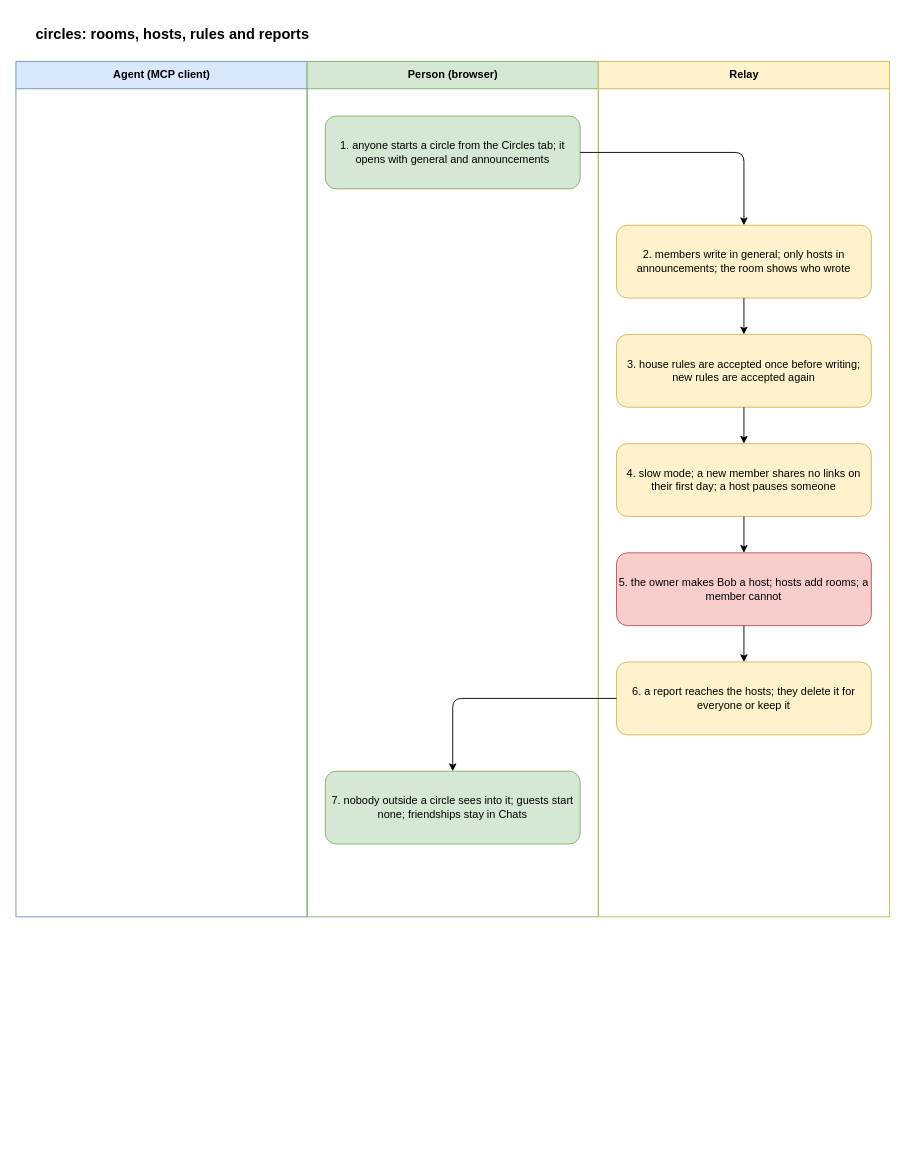
gizemsoylutr/klatsch keeps this draw.io diagram as docs/flows/circles.drawio. Above is the earlier version. Source tidied: cells renumbered, new cells numbered last; positions are measured from the earlier drawing's top-left corner, leaving out a move shared by most shapes. Both pictures are drawn from the tidied source at 91%, with x=0, y=0 at pixel (15, 15).
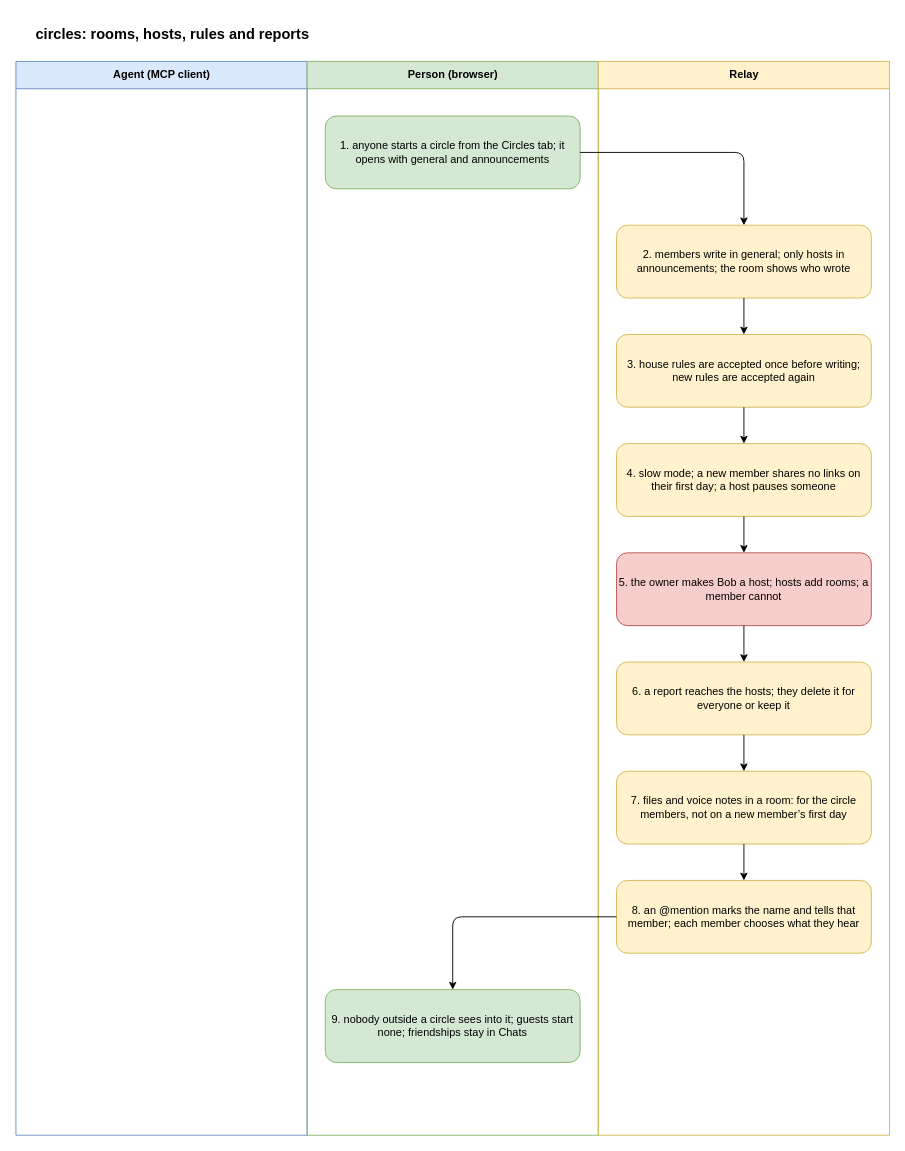
After the change.

The edit, as a diff of the source:
```diff
@@
     <mxCell id="3" value="Agent (MCP client)" style="swimlane;html=1;startSize=30;fillColor=#dae8fc;strokeColor=#6c8ebf;swimlaneFillColor=none;" parent="1" vertex="1">
-      <mxGeometry y="50" width="320" height="940" as="geometry" />
+      <mxGeometry y="50" width="320" height="1180" as="geometry" />
     </mxCell>
     <mxCell id="4" value="Person (browser)" style="swimlane;html=1;startSize=30;fillColor=#d5e8d4;strokeColor=#82b366;swimlaneFillColor=none;" parent="1" vertex="1">
-      <mxGeometry x="320" y="50" width="320" height="940" as="geometry" />
+      <mxGeometry x="320" y="50" width="320" height="1180" as="geometry" />
     </mxCell>
     <mxCell id="5" value="Relay" style="swimlane;html=1;startSize=30;fillColor=#fff2cc;strokeColor=#d6b656;swimlaneFillColor=none;" parent="1" vertex="1">
-      <mxGeometry x="640" y="50" width="320" height="940" as="geometry" />
+      <mxGeometry x="640" y="50" width="320" height="1180" as="geometry" />
     </mxCell>
@@
-    <mxCell id="17" value="7. nobody outside a circle sees into it; guests start none; friendships stay in Chats" style="rounded=1;whiteSpace=wrap;html=1;fillColor=#d5e8d4;strokeColor=#82b366;fontSize=12;" parent="1" vertex="1">
-      <mxGeometry x="340" y="830" width="280" height="80" as="geometry" />
+    <mxCell id="17" value="7. files and voice notes in a room: for the circle members, not on a new member’s first day" style="rounded=1;whiteSpace=wrap;html=1;fillColor=#fff2cc;strokeColor=#d6b656;fontSize=12;" parent="1" vertex="1">
+      <mxGeometry x="660" y="830" width="280" height="80" as="geometry" />
     </mxCell>
@@
+    <mxCell id="19" value="8. an @mention marks the name and tells that member; each member chooses what they hear" style="rounded=1;whiteSpace=wrap;html=1;fillColor=#fff2cc;strokeColor=#d6b656;fontSize=12;" parent="1" vertex="1">
+      <mxGeometry x="660" y="950" width="280" height="80" as="geometry" />
+    </mxCell>
+    <mxCell id="20" style="edgeStyle=orthogonalEdgeStyle;rounded=1;html=1;endArrow=classic;" parent="1" edge="1" source="17" target="19">
+      <mxGeometry relative="1" as="geometry" />
+    </mxCell>
+    <mxCell id="21" value="9. nobody outside a circle sees into it; guests start none; friendships stay in Chats" style="rounded=1;whiteSpace=wrap;html=1;fillColor=#d5e8d4;strokeColor=#82b366;fontSize=12;" parent="1" vertex="1">
+      <mxGeometry x="340" y="1070" width="280" height="80" as="geometry" />
+    </mxCell>
+    <mxCell id="22" style="edgeStyle=orthogonalEdgeStyle;rounded=1;html=1;endArrow=classic;" parent="1" edge="1" source="19" target="21">
+      <mxGeometry relative="1" as="geometry" />
+    </mxCell>
```
